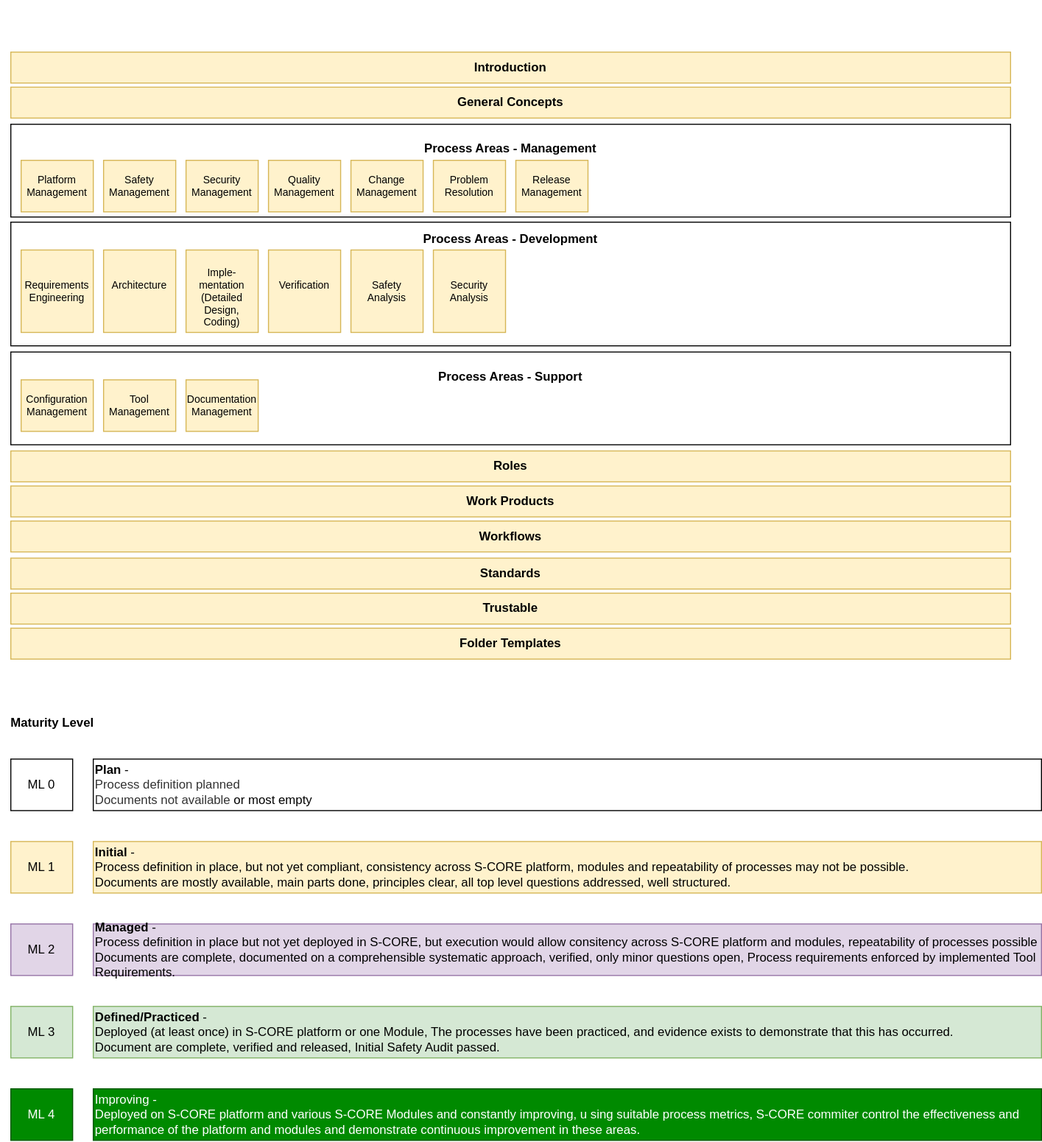
The draw.io diagram main/_images/score_process_area_overview.drawio.svg in esrlabs/score_reference_integration, before a commit. Source tidied: cells renumbered, new cells last; positions are measured from the earlier drawing's top-left corner, leaving out a move shared by most shapes.
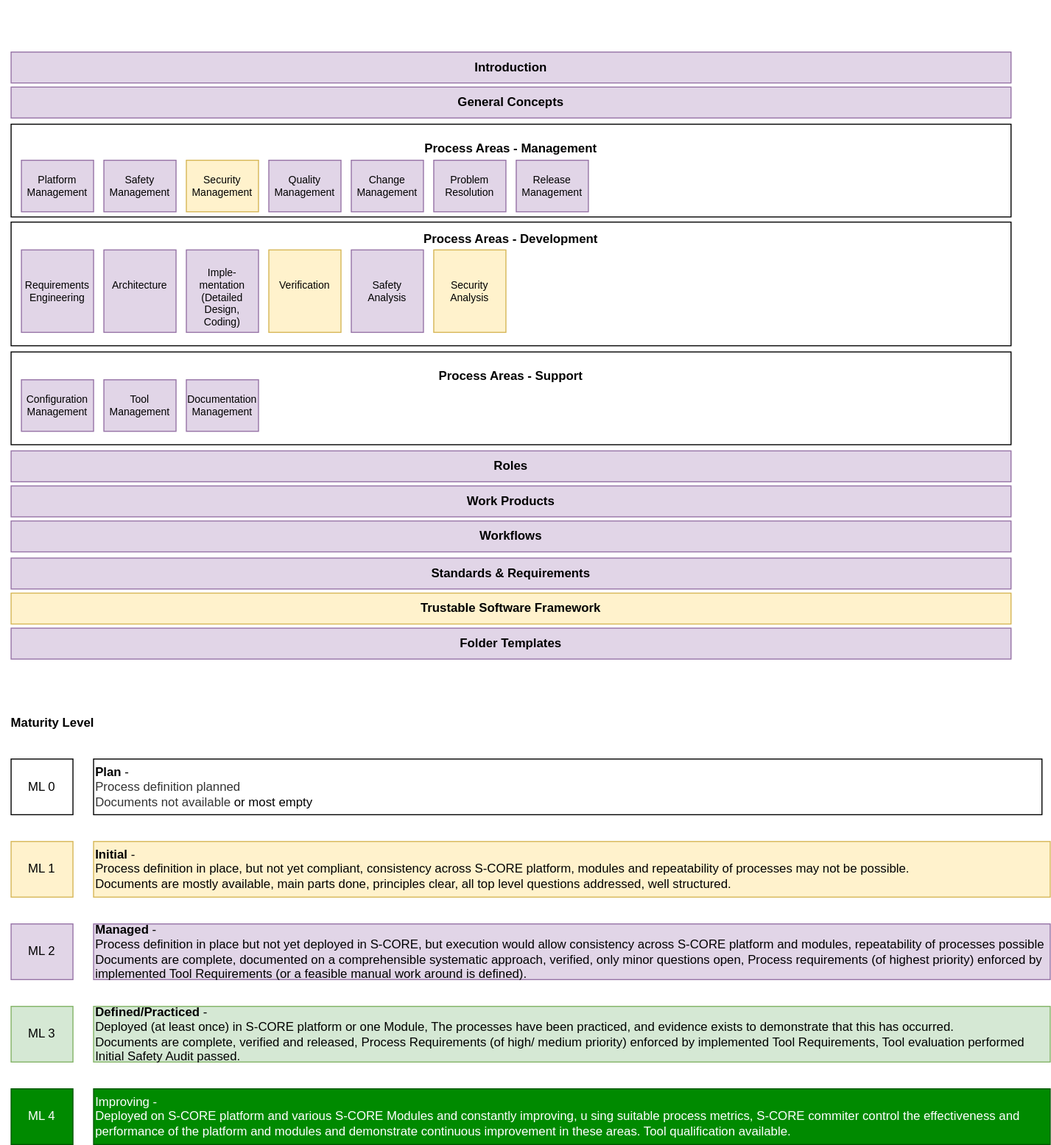
The same file after the commit.

The edit, as a diff of the source:
```diff
@@ -10,5 +10,2 @@
     </mxCell>
-    <mxCell id="4" value="&lt;span style=&quot;&quot;&gt;Introduction&lt;/span&gt;" style="rounded=0;whiteSpace=wrap;html=1;fontStyle=1;fillColor=#fff2cc;strokeColor=#d6b656;" parent="1" vertex="1">
-      <mxGeometry x="10" width="970" height="30" as="geometry" />
-    </mxCell>
     <mxCell id="5" value="&lt;b&gt;&lt;br&gt;&lt;br&gt;&lt;br&gt;&lt;br&gt;&lt;br&gt;&lt;br&gt;&lt;br&gt;&lt;br&gt;&lt;br&gt;Process Areas - Management&lt;br&gt;&lt;br&gt;&lt;br&gt;&lt;br&gt;&lt;br&gt;&lt;br&gt;&lt;br&gt;&lt;br&gt;&lt;br&gt;&lt;br&gt;&lt;br&gt;&lt;br&gt;&lt;br&gt;&amp;nbsp;&lt;/b&gt;" style="rounded=0;whiteSpace=wrap;html=1;" parent="1" vertex="1">
@@ -16,30 +13,30 @@
     </mxCell>
-    <mxCell id="6" value="Requirements&lt;br style=&quot;font-size: 10px;&quot;&gt;Engineering" style="rounded=0;whiteSpace=wrap;html=1;fillColor=#fff2cc;strokeColor=#d6b656;fontSize=10;verticalAlign=middle;" parent="1" vertex="1">
+    <mxCell id="6" value="Requirements&lt;br style=&quot;font-size: 10px;&quot;&gt;Engineering" style="rounded=0;whiteSpace=wrap;html=1;fillColor=#e1d5e7;strokeColor=#9673a6;fontSize=10;verticalAlign=middle;" parent="1" vertex="1">
       <mxGeometry x="20" y="192" width="70" height="80" as="geometry" />
     </mxCell>
-    <mxCell id="7" value="Safety&lt;br style=&quot;font-size: 10px;&quot;&gt;Management" style="rounded=0;whiteSpace=wrap;html=1;fillColor=#fff2cc;strokeColor=#d6b656;fontSize=10;verticalAlign=middle;" parent="1" vertex="1">
+    <mxCell id="7" value="Safety&lt;br style=&quot;font-size: 10px;&quot;&gt;Management" style="rounded=0;whiteSpace=wrap;html=1;fillColor=#e1d5e7;strokeColor=#9673a6;fontSize=10;verticalAlign=middle;" parent="1" vertex="1">
       <mxGeometry x="100" y="105" width="70" height="50" as="geometry" />
     </mxCell>
-    <mxCell id="8" value="Change Management&lt;br&gt;" style="rounded=0;whiteSpace=wrap;html=1;fillColor=#fff2cc;strokeColor=#d6b656;fontSize=10;verticalAlign=middle;" parent="1" vertex="1">
+    <mxCell id="8" value="Change Management&lt;br&gt;" style="rounded=0;whiteSpace=wrap;html=1;fillColor=#e1d5e7;strokeColor=#9673a6;fontSize=10;verticalAlign=middle;" parent="1" vertex="1">
       <mxGeometry x="340" y="105" width="70" height="50" as="geometry" />
     </mxCell>
-    <mxCell id="9" value="Documentation&lt;br style=&quot;font-size: 10px;&quot;&gt;Management" style="rounded=0;whiteSpace=wrap;html=1;fillColor=#fff2cc;strokeColor=#d6b656;fontSize=10;" parent="1" vertex="1">
+    <mxCell id="9" value="Documentation&lt;br style=&quot;font-size: 10px;&quot;&gt;Management" style="rounded=0;whiteSpace=wrap;html=1;fillColor=#e1d5e7;strokeColor=#9673a6;fontSize=10;" parent="1" vertex="1">
       <mxGeometry x="180" y="318" width="70" height="50" as="geometry" />
     </mxCell>
-    <mxCell id="10" value="&lt;span style=&quot;&quot;&gt;General Concepts&lt;/span&gt;" style="rounded=0;whiteSpace=wrap;html=1;fontStyle=1;fillColor=#fff2cc;strokeColor=#d6b656;" parent="1" vertex="1">
+    <mxCell id="10" value="&lt;span style=&quot;&quot;&gt;General Concepts&lt;/span&gt;" style="rounded=0;whiteSpace=wrap;html=1;fontStyle=1;fillColor=#e1d5e7;strokeColor=#9673a6;" parent="1" vertex="1">
       <mxGeometry x="10" y="34" width="970" height="30" as="geometry" />
     </mxCell>
-    <mxCell id="11" value="&lt;span style=&quot;&quot;&gt;Standards&lt;/span&gt;" style="rounded=0;whiteSpace=wrap;html=1;fontStyle=1;fillColor=#fff2cc;strokeColor=#d6b656;" parent="1" vertex="1">
+    <mxCell id="11" value="&lt;span style=&quot;&quot;&gt;Standards &amp;amp; Requirements&lt;/span&gt;" style="rounded=0;whiteSpace=wrap;html=1;fontStyle=1;fillColor=#e1d5e7;strokeColor=#9673a6;" parent="1" vertex="1">
       <mxGeometry x="10" y="491" width="970" height="30" as="geometry" />
     </mxCell>
-    <mxCell id="12" value="&lt;span style=&quot;&quot;&gt;Roles&lt;/span&gt;" style="rounded=0;whiteSpace=wrap;html=1;fontStyle=1;fillColor=#fff2cc;strokeColor=#d6b656;" parent="1" vertex="1">
+    <mxCell id="12" value="&lt;span style=&quot;&quot;&gt;Roles&lt;/span&gt;" style="rounded=0;whiteSpace=wrap;html=1;fontStyle=1;fillColor=#e1d5e7;strokeColor=#9673a6;" parent="1" vertex="1">
       <mxGeometry x="10" y="387" width="970" height="30" as="geometry" />
     </mxCell>
-    <mxCell id="13" value="&lt;br style=&quot;font-size: 10px;&quot;&gt;&lt;br style=&quot;font-size: 10px;&quot;&gt;Architecture&lt;br style=&quot;font-size: 10px;&quot;&gt;&lt;br style=&quot;font-size: 10px;&quot;&gt;&lt;br style=&quot;font-size: 10px;&quot;&gt;&lt;br style=&quot;font-size: 10px;&quot;&gt;" style="rounded=0;whiteSpace=wrap;html=1;fillColor=#fff2cc;strokeColor=#d6b656;verticalAlign=middle;fontSize=10;" parent="1" vertex="1">
+    <mxCell id="13" value="&lt;br style=&quot;font-size: 10px;&quot;&gt;&lt;br style=&quot;font-size: 10px;&quot;&gt;Architecture&lt;br style=&quot;font-size: 10px;&quot;&gt;&lt;br style=&quot;font-size: 10px;&quot;&gt;&lt;br style=&quot;font-size: 10px;&quot;&gt;&lt;br style=&quot;font-size: 10px;&quot;&gt;" style="rounded=0;whiteSpace=wrap;html=1;fillColor=#e1d5e7;strokeColor=#9673a6;verticalAlign=middle;fontSize=10;" parent="1" vertex="1">
       <mxGeometry x="100" y="192" width="70" height="80" as="geometry" />
     </mxCell>
-    <mxCell id="14" value="&lt;font style=&quot;font-size: 10px;&quot;&gt;&lt;font style=&quot;font-size: 10px;&quot;&gt;&lt;br style=&quot;font-size: 10px;&quot;&gt;Imple-mentation&lt;/font&gt;&lt;br style=&quot;font-size: 10px;&quot;&gt;&lt;span style=&quot;font-size: 10px;&quot;&gt;(Detailed Design, &lt;/span&gt;&lt;br style=&quot;font-size: 10px;&quot;&gt;&lt;span style=&quot;font-size: 10px;&quot;&gt;Coding)&lt;/span&gt;&lt;/font&gt;" style="rounded=0;whiteSpace=wrap;html=1;fillColor=#fff2cc;strokeColor=#d6b656;fontSize=10;" parent="1" vertex="1">
+    <mxCell id="14" value="&lt;font style=&quot;font-size: 10px;&quot;&gt;&lt;font style=&quot;font-size: 10px;&quot;&gt;&lt;br style=&quot;font-size: 10px;&quot;&gt;Imple-mentation&lt;/font&gt;&lt;br style=&quot;font-size: 10px;&quot;&gt;&lt;span style=&quot;font-size: 10px;&quot;&gt;(Detailed Design, &lt;/span&gt;&lt;br style=&quot;font-size: 10px;&quot;&gt;&lt;span style=&quot;font-size: 10px;&quot;&gt;Coding)&lt;/span&gt;&lt;/font&gt;" style="rounded=0;whiteSpace=wrap;html=1;fillColor=#e1d5e7;strokeColor=#9673a6;fontSize=10;" parent="1" vertex="1">
       <mxGeometry x="180" y="192" width="70" height="80" as="geometry" />
     </mxCell>
-    <mxCell id="15" value="Problem Resolution" style="rounded=0;whiteSpace=wrap;html=1;fontSize=10;fillColor=#fff2cc;strokeColor=#d6b656;" parent="1" vertex="1">
+    <mxCell id="15" value="Problem Resolution" style="rounded=0;whiteSpace=wrap;html=1;fontSize=10;fillColor=#e1d5e7;strokeColor=#9673a6;" parent="1" vertex="1">
       <mxGeometry x="420" y="105" width="70" height="50" as="geometry" />
@@ -47,9 +44,9 @@
     <mxCell id="16" value="ML 4" style="rounded=0;whiteSpace=wrap;html=1;fillColor=#008a00;strokeColor=#005700;fontColor=#ffffff;" parent="1" vertex="1">
-      <mxGeometry x="10" y="1006" width="60" height="50" as="geometry" />
+      <mxGeometry x="10" y="1006" width="60" height="54" as="geometry" />
     </mxCell>
     <mxCell id="17" value="ML 2" style="rounded=0;whiteSpace=wrap;html=1;fillColor=#e1d5e7;strokeColor=#9673a6;" parent="1" vertex="1">
-      <mxGeometry x="10" y="846" width="60" height="50" as="geometry" />
+      <mxGeometry x="10" y="846" width="60" height="54" as="geometry" />
     </mxCell>
     <mxCell id="18" value="ML 1" style="rounded=0;whiteSpace=wrap;html=1;fillColor=#fff2cc;strokeColor=#d6b656;" parent="1" vertex="1">
-      <mxGeometry x="10" y="766" width="60" height="50" as="geometry" />
+      <mxGeometry x="10" y="766" width="60" height="54" as="geometry" />
     </mxCell>
@@ -58,12 +55,12 @@
     </mxCell>
-    <mxCell id="20" value="Configuration&lt;br style=&quot;font-size: 10px;&quot;&gt;Management" style="rounded=0;whiteSpace=wrap;html=1;fontSize=10;fillColor=#fff2cc;strokeColor=#d6b656;verticalAlign=middle;" parent="1" vertex="1">
+    <mxCell id="20" value="Configuration&lt;br style=&quot;font-size: 10px;&quot;&gt;Management" style="rounded=0;whiteSpace=wrap;html=1;fontSize=10;fillColor=#e1d5e7;strokeColor=#9673a6;verticalAlign=middle;" parent="1" vertex="1">
       <mxGeometry x="20" y="318" width="70" height="50" as="geometry" />
     </mxCell>
-    <mxCell id="21" value="Tool&lt;br style=&quot;font-size: 10px;&quot;&gt;Management" style="rounded=0;whiteSpace=wrap;html=1;fontSize=10;fillColor=#fff2cc;strokeColor=#d6b656;" parent="1" vertex="1">
+    <mxCell id="21" value="Tool&lt;br style=&quot;font-size: 10px;&quot;&gt;Management" style="rounded=0;whiteSpace=wrap;html=1;fontSize=10;fillColor=#e1d5e7;strokeColor=#9673a6;" parent="1" vertex="1">
       <mxGeometry x="100" y="318" width="70" height="50" as="geometry" />
     </mxCell>
-    <mxCell id="22" value="Quality&lt;br style=&quot;font-size: 10px;&quot;&gt;Management" style="rounded=0;whiteSpace=wrap;html=1;fontSize=10;fillColor=#fff2cc;strokeColor=#d6b656;verticalAlign=middle;" parent="1" vertex="1">
+    <mxCell id="22" value="Quality&lt;br style=&quot;font-size: 10px;&quot;&gt;Management" style="rounded=0;whiteSpace=wrap;html=1;fontSize=10;fillColor=#e1d5e7;strokeColor=#9673a6;verticalAlign=middle;" parent="1" vertex="1">
       <mxGeometry x="260" y="105" width="70" height="50" as="geometry" />
     </mxCell>
-    <mxCell id="23" value="Platform&lt;br style=&quot;font-size: 10px;&quot;&gt;Management" style="rounded=0;whiteSpace=wrap;html=1;fontSize=10;fillColor=#fff2cc;strokeColor=#d6b656;verticalAlign=middle;" parent="1" vertex="1">
+    <mxCell id="23" value="Platform&lt;br style=&quot;font-size: 10px;&quot;&gt;Management" style="rounded=0;whiteSpace=wrap;html=1;fontSize=10;fillColor=#e1d5e7;strokeColor=#9673a6;verticalAlign=middle;" parent="1" vertex="1">
       <mxGeometry x="20" y="105" width="70" height="50" as="geometry" />
@@ -74,11 +71,11 @@
     <mxCell id="25" value="ML 0" style="rounded=0;whiteSpace=wrap;html=1;" parent="1" vertex="1">
-      <mxGeometry x="10" y="686" width="60" height="50" as="geometry" />
+      <mxGeometry x="10" y="686" width="60" height="54" as="geometry" />
     </mxCell>
-    <mxCell id="26" value="&lt;br style=&quot;font-size: 10px;&quot;&gt;Safety&lt;br style=&quot;font-size: 10px;&quot;&gt;Analysis&lt;br style=&quot;font-size: 10px;&quot;&gt;&lt;br style=&quot;font-size: 10px;&quot;&gt;" style="rounded=0;whiteSpace=wrap;html=1;fillColor=#fff2cc;strokeColor=#d6b656;fontSize=10;" parent="1" vertex="1">
+    <mxCell id="26" value="&lt;br style=&quot;font-size: 10px;&quot;&gt;Safety&lt;br style=&quot;font-size: 10px;&quot;&gt;Analysis&lt;br style=&quot;font-size: 10px;&quot;&gt;&lt;br style=&quot;font-size: 10px;&quot;&gt;" style="rounded=0;whiteSpace=wrap;html=1;fillColor=#e1d5e7;strokeColor=#9673a6;fontSize=10;" parent="1" vertex="1">
       <mxGeometry x="340" y="192" width="70" height="80" as="geometry" />
     </mxCell>
-    <mxCell id="27" value="&lt;span style=&quot;&quot;&gt;Work Products&lt;/span&gt;" style="rounded=0;whiteSpace=wrap;html=1;fontStyle=1;fillColor=#fff2cc;strokeColor=#d6b656;" parent="1" vertex="1">
+    <mxCell id="27" value="&lt;span style=&quot;&quot;&gt;Work Products&lt;/span&gt;" style="rounded=0;whiteSpace=wrap;html=1;fontStyle=1;fillColor=#e1d5e7;strokeColor=#9673a6;" parent="1" vertex="1">
       <mxGeometry x="10" y="421" width="970" height="30" as="geometry" />
     </mxCell>
-    <mxCell id="28" value="&lt;span style=&quot;&quot;&gt;Workflows&lt;/span&gt;" style="rounded=0;whiteSpace=wrap;html=1;fontStyle=1;fillColor=#fff2cc;strokeColor=#d6b656;" parent="1" vertex="1">
+    <mxCell id="28" value="&lt;span style=&quot;&quot;&gt;Workflows&lt;/span&gt;" style="rounded=0;whiteSpace=wrap;html=1;fontStyle=1;fillColor=#e1d5e7;strokeColor=#9673a6;" parent="1" vertex="1">
       <mxGeometry x="10" y="455" width="970" height="30" as="geometry" />
@@ -86,26 +83,26 @@
     <mxCell id="29" value="ML 3" style="rounded=0;whiteSpace=wrap;html=1;fillColor=#d5e8d4;strokeColor=#82b366;" parent="1" vertex="1">
-      <mxGeometry x="10" y="926" width="60" height="50" as="geometry" />
+      <mxGeometry x="10" y="926" width="60" height="54" as="geometry" />
     </mxCell>
     <mxCell id="30" value="&lt;b&gt;Plan&lt;/b&gt; -&amp;nbsp;&lt;br&gt;&lt;span style=&quot;color: rgb(51, 51, 51);&quot;&gt;Process definition&amp;nbsp;planned&lt;br&gt;Documents not available&amp;nbsp;&lt;/span&gt;or most empty" style="rounded=0;whiteSpace=wrap;html=1;align=left;" parent="1" vertex="1">
-      <mxGeometry x="90" y="686" width="920" height="50" as="geometry" />
+      <mxGeometry x="90" y="686" width="920" height="54" as="geometry" />
     </mxCell>
     <mxCell id="31" value="&lt;b&gt;Initial&lt;/b&gt; -&amp;nbsp;&lt;br&gt;&lt;span style=&quot;background-color: initial;&quot;&gt;Process definition in&amp;nbsp;&lt;/span&gt;&lt;span style=&quot;background-color: initial;&quot;&gt;place, but not yet compliant,&amp;nbsp;&lt;/span&gt;&lt;span style=&quot;text-align: center;&quot;&gt;consistency across S-CORE platform, modules and repeatability of processes may not be possible.&lt;br&gt;Documents are mostly available, main parts done, principles clear, all top level questions addressed, well structured.&lt;br&gt;&lt;/span&gt;" style="rounded=0;whiteSpace=wrap;html=1;fillColor=#fff2cc;strokeColor=#d6b656;align=left;" parent="1" vertex="1">
-      <mxGeometry x="90" y="766" width="920" height="50" as="geometry" />
+      <mxGeometry x="90" y="766" width="928" height="54" as="geometry" />
     </mxCell>
-    <mxCell id="32" value="&lt;b&gt;Managed&lt;/b&gt; -&lt;br&gt;&lt;span style=&quot;color: rgb(0, 0, 0); background-color: initial;&quot;&gt;Process definition in place but not&amp;nbsp;&lt;/span&gt;&lt;span style=&quot;color: rgb(0, 0, 0); background-color: initial;&quot;&gt;yet deployed in S-CORE, but&amp;nbsp;&lt;/span&gt;&lt;span style=&quot;text-align: center;&quot;&gt;execution would allow consitency across S-CORE platform and modules, repeatability of processes possible&lt;br&gt;Documents are complete, documented on a comprehensible systematic approach, verified, only minor questions open, Process requirements enforced by implemented Tool Requirements.&lt;br&gt;&lt;/span&gt;" style="rounded=0;whiteSpace=wrap;html=1;fillColor=#e1d5e7;strokeColor=#9673a6;align=left;" parent="1" vertex="1">
-      <mxGeometry x="90" y="846" width="920" height="50" as="geometry" />
+    <mxCell id="32" value="&lt;b&gt;Managed&lt;/b&gt; -&lt;br&gt;&lt;span style=&quot;color: rgb(0, 0, 0); background-color: initial;&quot;&gt;Process definition in place but not&amp;nbsp;&lt;/span&gt;&lt;span style=&quot;color: rgb(0, 0, 0); background-color: initial;&quot;&gt;yet deployed in S-CORE, but&amp;nbsp;&lt;/span&gt;&lt;span style=&quot;text-align: center;&quot;&gt;execution would allow consistency across S-CORE platform and modules, repeatability of processes possible&lt;br&gt;Documents are complete, documented on a comprehensible systematic approach, verified, only minor questions open, Process requirements (of highest priority) enforced by implemented Tool Requirements (or a feasible manual work around is defined).&lt;br&gt;&lt;/span&gt;" style="rounded=0;whiteSpace=wrap;html=1;fillColor=#e1d5e7;strokeColor=#9673a6;align=left;" parent="1" vertex="1">
+      <mxGeometry x="90" y="846" width="928" height="54" as="geometry" />
     </mxCell>
-    <mxCell id="33" value="&lt;b&gt;Defined/Practiced&lt;/b&gt; -&amp;nbsp;&lt;br&gt;&lt;span style=&quot;color: rgb(0, 0, 0); background-color: initial;&quot;&gt;Deployed (at least once) in S-CORE platform or one Module,&amp;nbsp;&lt;/span&gt;&lt;span style=&quot;text-align: center;&quot;&gt;&lt;font color=&quot;#000000&quot;&gt;The processes have been practiced, and evidence exists to demonstrate that this has occurred.&amp;nbsp;&lt;/font&gt;&lt;br&gt;&lt;font color=&quot;#000000&quot;&gt;Document are complete, verified and released, Initial Safety Audit passed.&lt;/font&gt;&lt;br&gt;&lt;/span&gt;" style="rounded=0;whiteSpace=wrap;html=1;fillColor=#d5e8d4;strokeColor=#82b366;align=left;" parent="1" vertex="1">
-      <mxGeometry x="90" y="926" width="920" height="50" as="geometry" />
+    <mxCell id="33" value="&lt;b&gt;Defined/Practiced&lt;/b&gt; -&amp;nbsp;&lt;br&gt;&lt;span style=&quot;color: rgb(0, 0, 0); background-color: initial;&quot;&gt;Deployed (at least once) in S-CORE platform or one Module,&amp;nbsp;&lt;/span&gt;&lt;font color=&quot;#000000&quot;&gt;The processes have been practiced, and evidence exists to demonstrate that this has occurred.&amp;nbsp;&lt;/font&gt;&lt;br&gt;&lt;font color=&quot;#000000&quot;&gt;Documents are complete, verified and released, Process Requirements (of high/ medium priority)&amp;nbsp;&lt;/font&gt;&lt;span style=&quot;text-align: center;&quot;&gt;enforced by implemented Tool Requirements, Tool evaluation performed&lt;/span&gt;&lt;span style=&quot;text-align: center;&quot;&gt;&lt;font color=&quot;#000000&quot;&gt;&lt;br&gt;&amp;nbsp;Initial Safety Audit passed.&lt;/font&gt;&lt;br&gt;&lt;/span&gt;" style="rounded=0;whiteSpace=wrap;html=1;fillColor=#d5e8d4;strokeColor=#82b366;align=left;" parent="1" vertex="1">
+      <mxGeometry x="90" y="926" width="928" height="54" as="geometry" />
     </mxCell>
-    <mxCell id="34" value="Improving -&amp;nbsp;&lt;br&gt;&lt;span style=&quot;background-color: initial;&quot;&gt;Deployed on S-CORE platform and various S-CORE Modules and&amp;nbsp;&lt;/span&gt;&lt;span style=&quot;background-color: initial;&quot;&gt;constantly improving, u&lt;/span&gt;&lt;span style=&quot;text-align: center;&quot;&gt;sing suitable process metrics, S-CORE commiter control the effectiveness and performance of the platform and modules and demonstrate continuous improvement in these areas.&lt;/span&gt;" style="rounded=0;whiteSpace=wrap;html=1;fillColor=#008a00;strokeColor=#005700;fontColor=#FFFFFF;align=left;" parent="1" vertex="1">
-      <mxGeometry x="90" y="1006" width="920" height="50" as="geometry" />
+    <mxCell id="34" value="Improving -&amp;nbsp;&lt;br&gt;&lt;span style=&quot;background-color: initial;&quot;&gt;Deployed on S-CORE platform and various S-CORE Modules and&amp;nbsp;&lt;/span&gt;&lt;span style=&quot;background-color: initial;&quot;&gt;constantly improving, u&lt;/span&gt;&lt;span style=&quot;text-align: center;&quot;&gt;sing suitable process metrics, S-CORE commiter control the effectiveness and performance of the platform and modules and demonstrate continuous improvement in these areas. Tool qualification available.&lt;/span&gt;" style="rounded=0;whiteSpace=wrap;html=1;fillColor=#008a00;strokeColor=#005700;fontColor=#FFFFFF;align=left;" parent="1" vertex="1">
+      <mxGeometry x="90" y="1006" width="928" height="54" as="geometry" />
     </mxCell>
-    <mxCell id="35" value="Release&lt;br style=&quot;font-size: 10px;&quot;&gt;Management" style="rounded=0;whiteSpace=wrap;html=1;fontSize=10;fillColor=#fff2cc;strokeColor=#d6b656;" parent="1" vertex="1">
+    <mxCell id="35" value="Release&lt;br style=&quot;font-size: 10px;&quot;&gt;Management" style="rounded=0;whiteSpace=wrap;html=1;fontSize=10;fillColor=#e1d5e7;strokeColor=#9673a6;" parent="1" vertex="1">
       <mxGeometry x="500" y="105" width="70" height="50" as="geometry" />
     </mxCell>
-    <mxCell id="36" value="&lt;span style=&quot;&quot;&gt;Trustable&lt;/span&gt;" style="rounded=0;whiteSpace=wrap;html=1;fontStyle=1;fillColor=#fff2cc;strokeColor=#d6b656;" parent="1" vertex="1">
+    <mxCell id="36" value="&lt;span style=&quot;&quot;&gt;Trustable Software Framework&lt;/span&gt;" style="rounded=0;whiteSpace=wrap;html=1;fontStyle=1;fillColor=#fff2cc;strokeColor=#d6b656;" parent="1" vertex="1">
       <mxGeometry x="10" y="525" width="970" height="30" as="geometry" />
     </mxCell>
-    <mxCell id="37" value="&lt;span style=&quot;&quot;&gt;Folder Templates&lt;/span&gt;" style="rounded=0;whiteSpace=wrap;html=1;fontStyle=1;fillColor=#fff2cc;strokeColor=#d6b656;" parent="1" vertex="1">
+    <mxCell id="37" value="&lt;span style=&quot;&quot;&gt;Folder Templates&lt;/span&gt;" style="rounded=0;whiteSpace=wrap;html=1;fontStyle=1;fillColor=#e1d5e7;strokeColor=#9673a6;" parent="1" vertex="1">
       <mxGeometry x="10" y="559" width="970" height="30" as="geometry" />
@@ -118,2 +115,5 @@
     </mxCell>
+    <mxCell id="4" value="&lt;span style=&quot;&quot;&gt;Introduction&lt;/span&gt;" style="rounded=0;whiteSpace=wrap;html=1;fontStyle=1;fillColor=#e1d5e7;strokeColor=#9673a6;" parent="1" vertex="1">
+      <mxGeometry x="10" width="970" height="30" as="geometry" />
+    </mxCell>
   </root>
```
